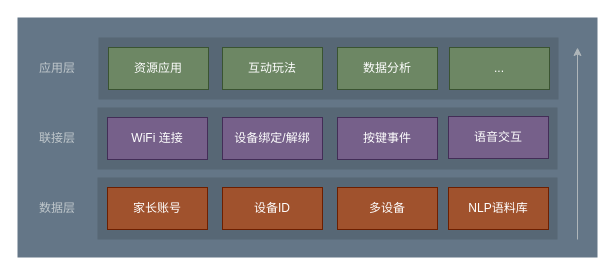
The draw.io diagram page "第 2 页" (2 of 2) of jiajia.drawio in yangbe/diagrams, before the edit. Source tidied: cells renumbered, new cells numbered last; positions are measured from the earlier drawing's top-left corner, leaving out a move shared by most shapes. Both pictures are drawn from the tidied source at 100%, with x=0, y=0 at pixel (17, 17).
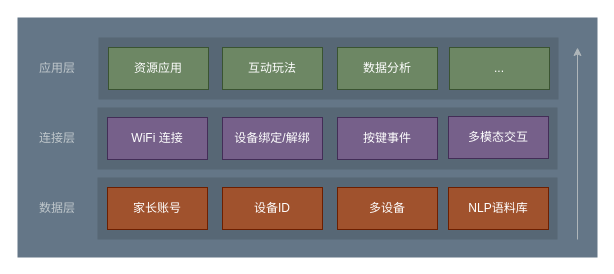
Above is the later version.

The change refers to these unchanged cells:
```xml
<mxCell id="2" style="group;" parent="1" vertex="1">
  <mxGeometry width="580" height="240" as="geometry" />
</mxCell>
```

Diff of the diagram source:
```diff
@@
-    <mxCell id="16" value="联接层" style="text;html=1;strokeColor=none;fillColor=none;align=center;verticalAlign=middle;whiteSpace=wrap;rounded=0;sketch=0;fontColor=#C0C8CC;" parent="2" vertex="1">
+    <mxCell id="16" value="连接层" style="text;html=1;strokeColor=none;fillColor=none;align=center;verticalAlign=middle;whiteSpace=wrap;rounded=0;sketch=0;fontColor=#C0C8CC;" parent="2" vertex="1">
       <mxGeometry x="15" y="111" width="50" height="20" as="geometry" />
     </mxCell>
@@
-    <mxCell id="24" value="语音交互" style="rounded=0;whiteSpace=wrap;html=1;sketch=0;align=center;fillColor=#76608a;fontColor=#ffffff;strokeColor=#432D57;" parent="2" vertex="1">
+    <mxCell id="24" value="多模态交互" style="rounded=0;whiteSpace=wrap;html=1;sketch=0;align=center;fillColor=#76608a;fontColor=#ffffff;strokeColor=#432D57;" parent="2" vertex="1">
       <mxGeometry x="431" y="99" width="100" height="42" as="geometry" />
     </mxCell>
```
